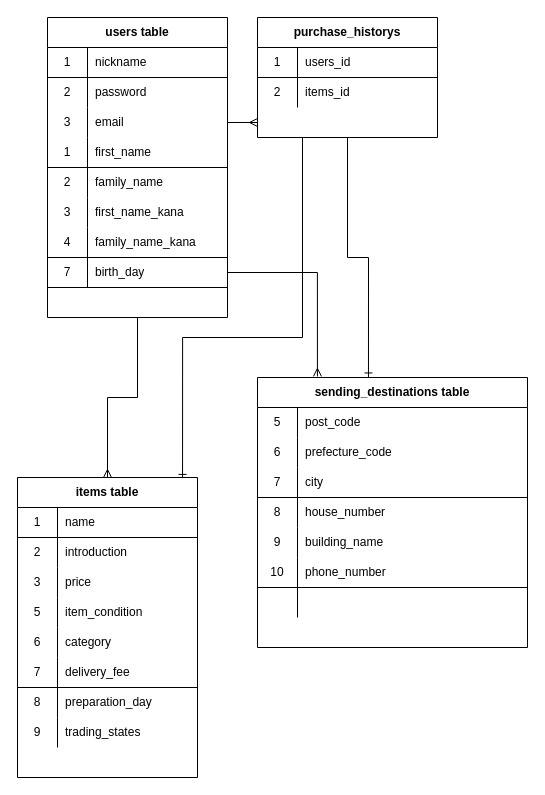
Before: ER.dio in asaPhone2/furima_28623, a draw.io diagram. Source tidied: cells renumbered, new cells numbered last; positions are measured from the earlier drawing's top-left corner, leaving out a move shared by most shapes. Both pictures are drawn from the tidied source at 100%, with x=0, y=0 at pixel (17, 17).
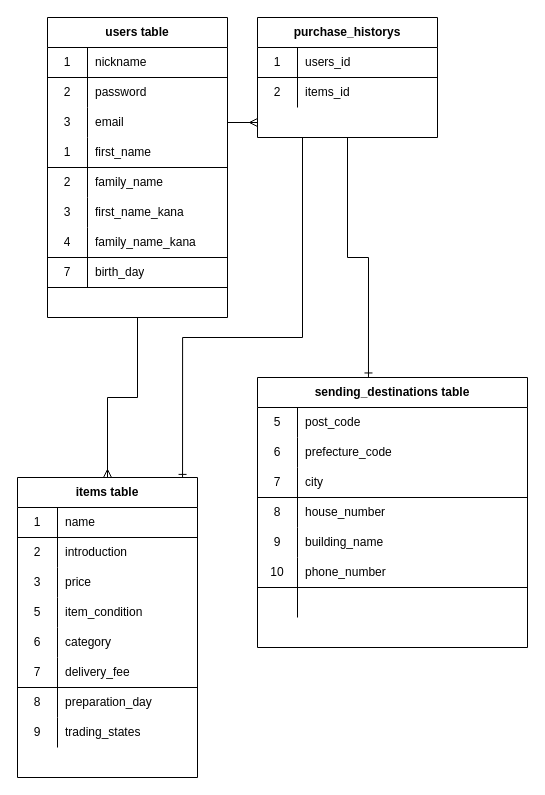
After the change.

The change refers to these unchanged cells:
```xml
<mxCell id="59" style="shape=partialRectangle;html=1;whiteSpace=wrap;fillColor=none;top=0;left=0;bottom=1;right=0;points=[[0,0.5],[1,0.5]];portConstraint=eastwest;" parent="37" vertex="1">
  <mxGeometry y="240" width="180" height="30" as="geometry" />
</mxCell>
<mxCell id="63" value="sending_destinations table" style="shape=table;html=1;whiteSpace=wrap;startSize=30;childLayout=tableLayout;rowLines=0;fontStyle=1;align=center;" parent="1" vertex="1">
  <mxGeometry x="240" y="360" width="270" height="270" as="geometry" />
</mxCell>
```

Diff of the diagram source:
```diff
@@
-    <mxCell id="85" style="edgeStyle=orthogonalEdgeStyle;rounded=0;jettySize=auto;html=1;exitX=1;exitY=0.5;exitDx=0;exitDy=0;endArrow=ERmany;endFill=0;entryX=0.222;entryY=-0.004;entryDx=0;entryDy=0;entryPerimeter=0;" parent="1" edge="1" source="59" target="63">
-      <mxGeometry relative="1" as="geometry" />
-    </mxCell>
```
